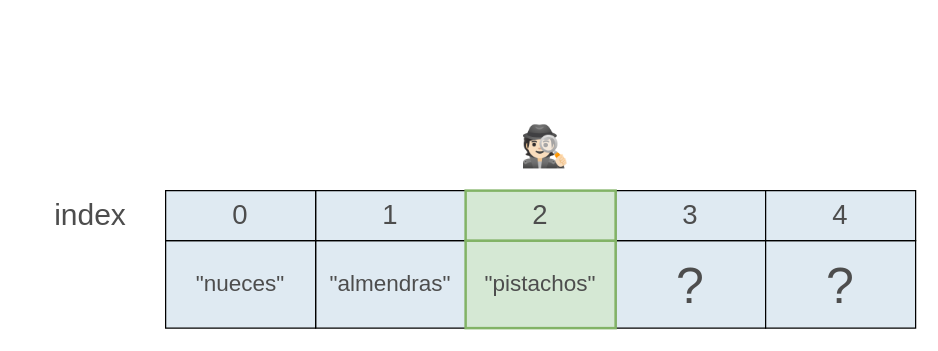
Above: page "Paso 3" (4 of 4) of teoria/04_estructuras_y_algoritmos/imgs/arreglo_busqueda.drawio in ee-unr/programacion-2 (draw.io), before the change. Source tidied: cells renumbered, new cells numbered last; positions are measured from the earlier drawing's top-left corner, leaving out a move shared by most shapes. Both pictures are drawn from the tidied source at 125%, with x=0, y=0 at pixel (21, 109).
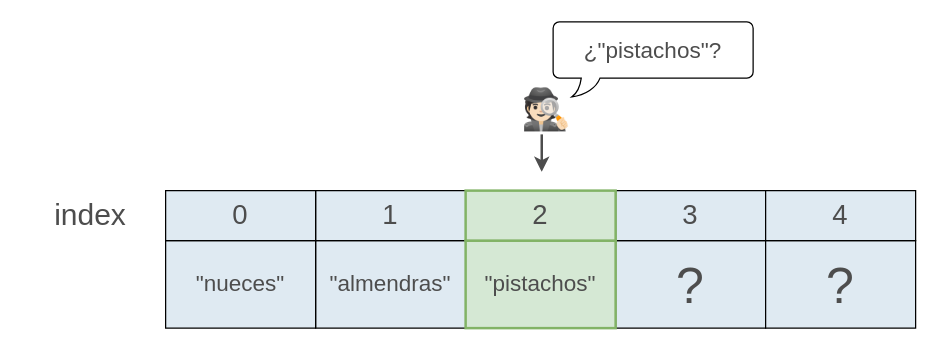
The same diagram, later.

Change to the diagram source:
```diff
@@
 <mxGraphModel>
   <root>
     <mxCell id="0" />
     <mxCell id="1" parent="0" />
     <mxCell id="2" value="&lt;font style=&quot;font-size: 24px;&quot;&gt;index&lt;/font&gt;" style="text;html=1;align=center;verticalAlign=middle;whiteSpace=wrap;rounded=0;fontSize=16;fontFamily=Cascadia Code;fontColor=#4D4D4D;" parent="1" vertex="1">
       <mxGeometry y="60" width="110" height="50" as="geometry" />
     </mxCell>
     <mxCell id="3" value="&lt;span style=&quot;color: rgb(77, 77, 77); font-family: &amp;quot;Cascadia Code&amp;quot;; font-size: 18px;&quot;&gt;&quot;almendras&quot;&lt;/span&gt;" style="rounded=0;whiteSpace=wrap;html=1;strokeWidth=1;fillColor=#DFEAF2;" parent="1" vertex="1">
       <mxGeometry x="235" y="105" width="120" height="70" as="geometry" />
     </mxCell>
     <mxCell id="4" value="&lt;font face=&quot;Cascadia Code&quot; style=&quot;color: rgb(77, 77, 77);&quot;&gt;1&lt;/font&gt;" style="rounded=0;whiteSpace=wrap;html=1;strokeWidth=1;fillColor=#DFEAF2;fontSize=22;" parent="1" vertex="1">
       <mxGeometry x="235" y="65" width="120" height="40" as="geometry" />
     </mxCell>
     <mxCell id="5" value="&lt;span style=&quot;color: rgb(77, 77, 77); font-family: &amp;quot;Cascadia Code&amp;quot;; font-size: 40px;&quot;&gt;?&lt;/span&gt;" style="rounded=0;whiteSpace=wrap;html=1;strokeWidth=1;fillColor=#DFEAF2;" parent="1" vertex="1">
       <mxGeometry x="475" y="105" width="120" height="70" as="geometry" />
     </mxCell>
     <mxCell id="6" value="&lt;font face=&quot;Cascadia Code&quot; style=&quot;color: rgb(77, 77, 77);&quot;&gt;3&lt;/font&gt;" style="rounded=0;whiteSpace=wrap;html=1;strokeWidth=1;fillColor=#DFEAF2;fontSize=22;" parent="1" vertex="1">
       <mxGeometry x="475" y="65" width="120" height="40" as="geometry" />
     </mxCell>
     <mxCell id="7" value="&lt;span style=&quot;color: rgb(77, 77, 77); font-family: &amp;quot;Cascadia Code&amp;quot;; font-size: 40px;&quot;&gt;?&lt;/span&gt;" style="rounded=0;whiteSpace=wrap;html=1;strokeWidth=1;fillColor=#DFEAF2;" parent="1" vertex="1">
       <mxGeometry x="595" y="105" width="120" height="70" as="geometry" />
     </mxCell>
     <mxCell id="8" value="&lt;font face=&quot;Cascadia Code&quot; style=&quot;color: rgb(77, 77, 77);&quot;&gt;4&lt;/font&gt;" style="rounded=0;whiteSpace=wrap;html=1;strokeWidth=1;fillColor=#DFEAF2;fontSize=22;" parent="1" vertex="1">
       <mxGeometry x="595" y="65" width="120" height="40" as="geometry" />
     </mxCell>
     <mxCell id="9" value="&lt;span style=&quot;color: rgb(77, 77, 77); font-family: &amp;quot;Cascadia Code&amp;quot;; font-size: 18px;&quot;&gt;&quot;nueces&quot;&lt;/span&gt;" style="rounded=0;whiteSpace=wrap;html=1;strokeWidth=1;fillColor=#DFEAF2;" parent="1" vertex="1">
       <mxGeometry x="115" y="105" width="120" height="70" as="geometry" />
     </mxCell>
     <mxCell id="10" value="&lt;font style=&quot;color: rgb(77, 77, 77);&quot; face=&quot;Cascadia Code&quot;&gt;0&lt;/font&gt;" style="rounded=0;whiteSpace=wrap;html=1;strokeWidth=1;fillColor=#DFEAF2;fontSize=22;" parent="1" vertex="1">
       <mxGeometry x="115" y="65" width="120" height="40" as="geometry" />
     </mxCell>
     <mxCell id="11" value="&lt;span style=&quot;color: rgb(77, 77, 77); font-family: &amp;quot;Cascadia Code&amp;quot;; font-size: 18px;&quot;&gt;&quot;pistachos&quot;&lt;/span&gt;" style="rounded=0;whiteSpace=wrap;html=1;strokeWidth=2;fillColor=#d5e8d4;strokeColor=#82b366;" parent="1" vertex="1">
       <mxGeometry x="355" y="105" width="120" height="70" as="geometry" />
     </mxCell>
     <mxCell id="12" value="&lt;font style=&quot;color: rgb(77, 77, 77);&quot; face=&quot;Cascadia Code&quot;&gt;2&lt;/font&gt;" style="rounded=0;whiteSpace=wrap;html=1;strokeWidth=2;fillColor=#d5e8d4;fontSize=22;strokeColor=#82b366;" parent="1" vertex="1">
       <mxGeometry x="355" y="65" width="120" height="40" as="geometry" />
     </mxCell>
+    <mxCell id="14" style="group;" parent="1" vertex="1">
+      <mxGeometry x="385" y="-70" width="200" height="120" as="geometry" />
+    </mxCell>
+    <mxCell id="15" style="group;" parent="14" vertex="1">
+      <mxGeometry width="200" height="100" as="geometry" />
+    </mxCell>
-    <mxCell id="13" value="&lt;font style=&quot;font-size: 32px;&quot;&gt;🕵🏻&lt;/font&gt;" style="text;html=1;align=center;verticalAlign=middle;whiteSpace=wrap;rounded=0;" parent="1" vertex="1">
-      <mxGeometry x="384" width="70" height="60" as="geometry" />
+    <mxCell id="13" value="&lt;font style=&quot;font-size: 32px;&quot;&gt;🕵🏻&lt;/font&gt;" style="text;html=1;align=center;verticalAlign=middle;whiteSpace=wrap;rounded=0;" parent="15" vertex="1">
+      <mxGeometry y="40" width="70" height="60" as="geometry" />
     </mxCell>
+    <mxCell id="16" value="&lt;font style=&quot;color: rgb(77, 77, 77);&quot;&gt;&lt;span style=&quot;font-family: &amp;quot;Cascadia Code&amp;quot;; font-size: 18px;&quot;&gt;¿&lt;/span&gt;&lt;font style=&quot;font-family: &amp;quot;Cascadia Code&amp;quot;; font-size: 18px; color: rgb(77, 77, 77);&quot;&gt;&quot;pistachos&quot;&lt;/font&gt;&lt;span style=&quot;font-family: &amp;quot;Cascadia Code&amp;quot;; font-size: 18px;&quot;&gt;?&lt;/span&gt;&lt;/font&gt;" style="whiteSpace=wrap;html=1;shape=mxgraph.basic.roundRectCallout;dx=30;dy=15;size=5;boundedLbl=1;" parent="15" vertex="1">
+      <mxGeometry x="40" width="160" height="60" as="geometry" />
+    </mxCell>
+    <mxCell id="17" style="endArrow=classic;html=1;rounded=0;strokeWidth=2;strokeColor=#4D4D4D;" parent="14" edge="1">
+      <mxGeometry relative="1" as="geometry">
+        <mxPoint x="30.9" y="90" as="sourcePoint" />
+        <mxPoint x="30.9" y="120" as="targetPoint" />
+      </mxGeometry>
+    </mxCell>
   </root>
 </mxGraphModel>
```
